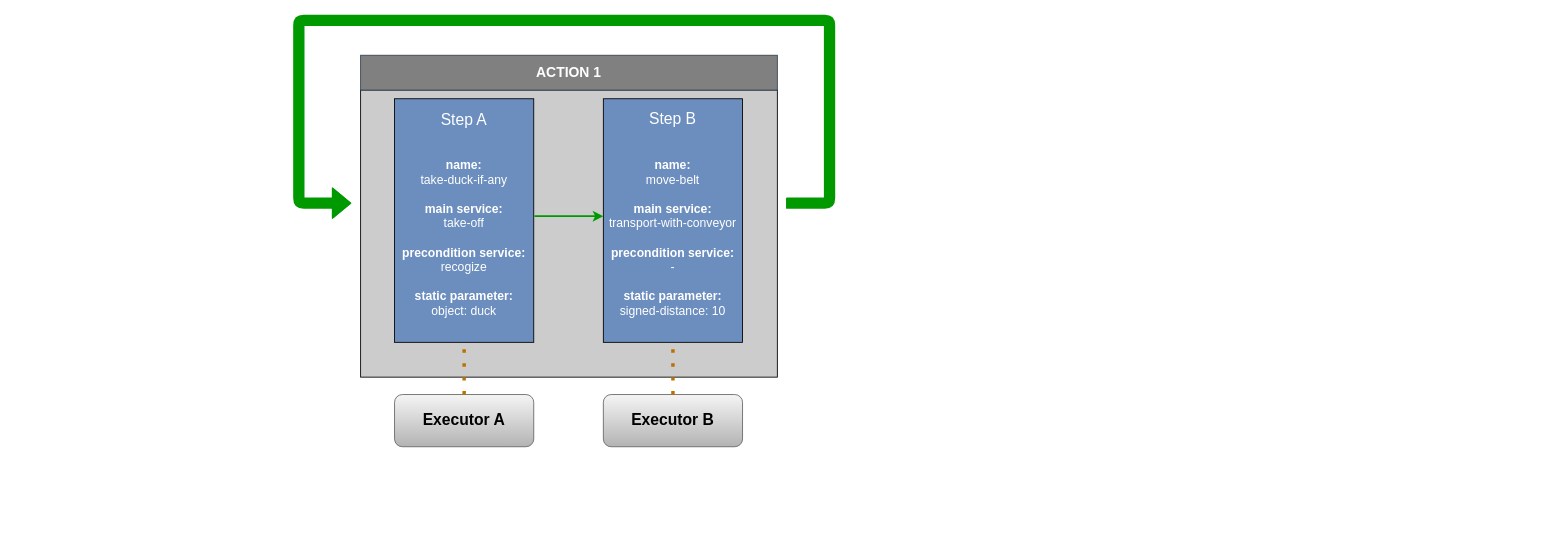
This is demo-conveyor-choreographer/docs/demo_overview.drawio from arrowhead-f/sos-examples-spring, a draw.io file, before an edit. Source tidied: cells renumbered, new cells numbered last; positions are measured from the earlier drawing's top-left corner, leaving out a move shared by most shapes. Both pictures are drawn from the tidied source at 87%, with x=0, y=0 at pixel (298, 20).
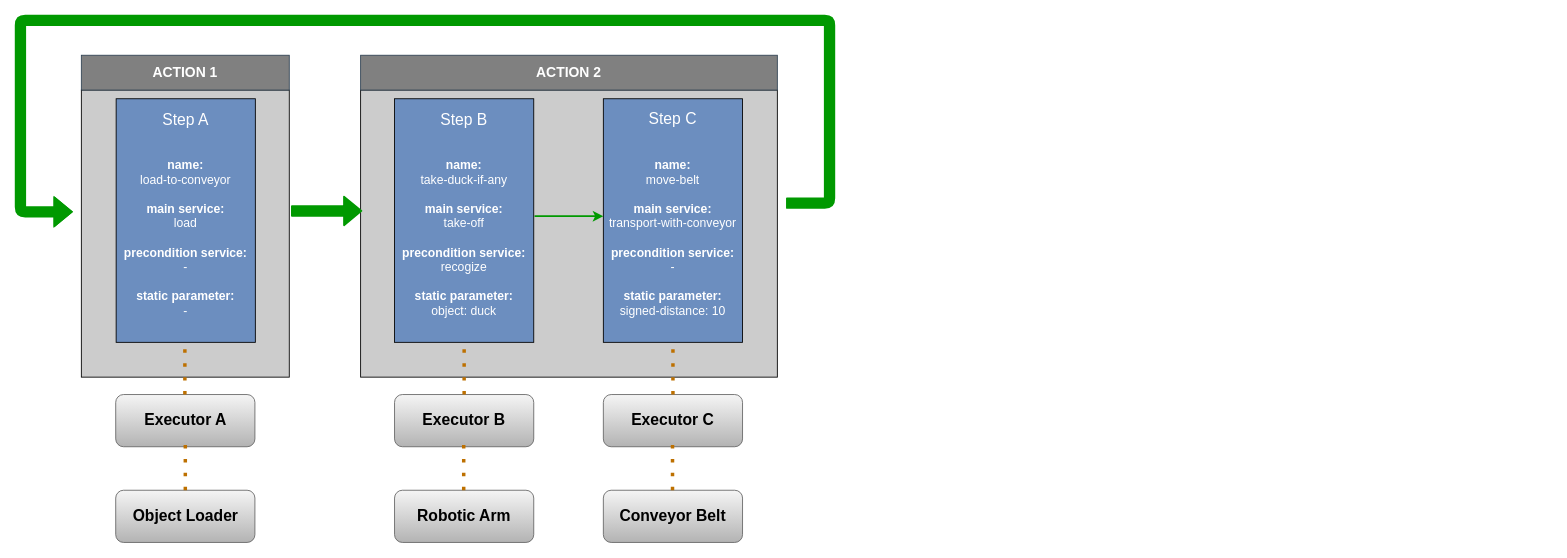
The same page after the edit.

The change refers to these unchanged cells:
```xml
<mxCell id="2" style="rounded=0;whiteSpace=wrap;html=1;fontSize=18;fontColor=#FFFFFF;fillColor=#CCCCCC;" parent="1" vertex="1">
  <mxGeometry x="71" y="80" width="479" height="330" as="geometry" />
</mxCell>
```

What changed in the source:
```diff
@@
+    <mxCell id="17" style="rounded=0;whiteSpace=wrap;html=1;fontSize=18;fontColor=#FFFFFF;fillColor=#CCCCCC;" parent="1" vertex="1">
+      <mxGeometry x="-250" y="80" width="239" height="330" as="geometry" />
+    </mxCell>
+    <mxCell id="18" style="rounded=0;whiteSpace=wrap;html=1;fontSize=16;fillColor=#6C8EBF;" parent="1" vertex="1">
+      <mxGeometry x="-210" y="90" width="160" height="280" as="geometry" />
+    </mxCell>
@@
-    <mxCell id="3" value="ACTION 1" style="text;html=1;strokeColor=#314354;align=center;verticalAlign=middle;whiteSpace=wrap;rounded=0;fontStyle=1;fontSize=16;fontColor=#ffffff;fillColor=#808080;" parent="1" vertex="1">
+    <mxCell id="3" value="ACTION 2" style="text;html=1;strokeColor=#314354;align=center;verticalAlign=middle;whiteSpace=wrap;rounded=0;fontStyle=1;fontSize=16;fontColor=#ffffff;fillColor=#808080;" parent="1" vertex="1">
       <mxGeometry x="71" y="40" width="479" height="40" as="geometry" />
     </mxCell>
@@
     <mxCell id="7" style="shape=flexArrow;endArrow=classic;html=1;strokeColor=#009900;strokeWidth=2;fontSize=18;fontColor=#FFFFFF;fillColor=#009900;" parent="1" edge="1">
       <mxGeometry relative="1" as="geometry">
         <mxPoint x="560" y="210" as="sourcePoint" />
-        <mxPoint x="60" y="210" as="targetPoint" />
+        <mxPoint x="-260" y="220" as="targetPoint" />
         <Array as="points">
           <mxPoint x="610" y="210" />
           <mxPoint x="610" />
-          <mxPoint />
-          <mxPoint y="210" />
+          <mxPoint x="-320" />
+          <mxPoint x="-320" y="220" />
         </Array>
       </mxGeometry>
     </mxCell>
@@
-    <mxCell id="9" value="Step A" style="text;html=1;strokeColor=none;fillColor=none;align=center;verticalAlign=middle;whiteSpace=wrap;rounded=0;fontSize=18;fontColor=#FFFFFF;fontStyle=0;" parent="1" vertex="1">
+    <mxCell id="9" value="Step B" style="text;html=1;strokeColor=none;fillColor=none;align=center;verticalAlign=middle;whiteSpace=wrap;rounded=0;fontSize=18;fontColor=#FFFFFF;fontStyle=0;" parent="1" vertex="1">
       <mxGeometry x="120" y="100" width="140" height="30" as="geometry" />
     </mxCell>
@@
-    <mxCell id="11" value="Step B" style="text;html=1;strokeColor=none;fillColor=none;align=center;verticalAlign=middle;whiteSpace=wrap;rounded=0;fontSize=18;fontColor=#FFFFFF;fontStyle=0;" parent="1" vertex="1">
+    <mxCell id="11" value="Step C" style="text;html=1;strokeColor=none;fillColor=none;align=center;verticalAlign=middle;whiteSpace=wrap;rounded=0;fontSize=18;fontColor=#FFFFFF;fontStyle=0;" parent="1" vertex="1">
       <mxGeometry x="360" y="99" width="140" height="30" as="geometry" />
     </mxCell>
@@
-    <mxCell id="13" value="Executor A" style="rounded=1;whiteSpace=wrap;html=1;fontSize=18;fontStyle=1;gradientColor=#b3b3b3;fillColor=#f5f5f5;strokeColor=#666666;" parent="1" vertex="1">
+    <mxCell id="13" value="Executor B" style="rounded=1;whiteSpace=wrap;html=1;fontSize=18;fontStyle=1;gradientColor=#b3b3b3;fillColor=#f5f5f5;strokeColor=#666666;" parent="1" vertex="1">
       <mxGeometry x="110" y="430" width="160" height="60" as="geometry" />
     </mxCell>
-    <mxCell id="14" value="Executor B" style="rounded=1;whiteSpace=wrap;html=1;fontSize=18;fontStyle=1;gradientColor=#b3b3b3;fillColor=#f5f5f5;strokeColor=#666666;" parent="1" vertex="1">
+    <mxCell id="14" value="Executor C" style="rounded=1;whiteSpace=wrap;html=1;fontSize=18;fontStyle=1;gradientColor=#b3b3b3;fillColor=#f5f5f5;strokeColor=#666666;" parent="1" vertex="1">
       <mxGeometry x="350" y="430" width="160" height="60" as="geometry" />
     </mxCell>
@@
+    <mxCell id="19" value="ACTION 1" style="text;html=1;strokeColor=#314354;align=center;verticalAlign=middle;whiteSpace=wrap;rounded=0;fontStyle=1;fontSize=16;fontColor=#ffffff;fillColor=#808080;" parent="1" vertex="1">
+      <mxGeometry x="-250" y="40" width="239" height="40" as="geometry" />
+    </mxCell>
+    <mxCell id="20" value="Step A" style="text;html=1;strokeColor=none;fillColor=none;align=center;verticalAlign=middle;whiteSpace=wrap;rounded=0;fontSize=18;fontColor=#FFFFFF;fontStyle=0;" parent="1" vertex="1">
+      <mxGeometry x="-200" y="100" width="140" height="30" as="geometry" />
+    </mxCell>
+    <mxCell id="21" value="&lt;b&gt;name:&lt;/b&gt;&lt;br&gt;load-to-conveyor&lt;br&gt;&lt;br&gt;&lt;b&gt;main service:&lt;/b&gt;&lt;br&gt;load&lt;br&gt;&lt;br&gt;&lt;b&gt;precondition service:&lt;/b&gt;&lt;br&gt;-&lt;br&gt;&lt;br&gt;&lt;b&gt;static parameter:&lt;br&gt;&lt;/b&gt;-" style="text;html=1;strokeColor=none;fillColor=none;align=center;verticalAlign=middle;whiteSpace=wrap;rounded=0;fontSize=14;fontColor=#FFFFFF;fontStyle=0;" parent="1" vertex="1">
+      <mxGeometry x="-210" y="130" width="160" height="240" as="geometry" />
+    </mxCell>
+    <mxCell id="22" value="Executor A" style="rounded=1;whiteSpace=wrap;html=1;fontSize=18;fontStyle=1;gradientColor=#b3b3b3;fillColor=#f5f5f5;strokeColor=#666666;" parent="1" vertex="1">
+      <mxGeometry x="-210.5" y="430" width="160" height="60" as="geometry" />
+    </mxCell>
+    <mxCell id="23" value="Robotic Arm" style="rounded=1;whiteSpace=wrap;html=1;fontSize=18;fontStyle=1;gradientColor=#b3b3b3;fillColor=#f5f5f5;strokeColor=#666666;" parent="1" vertex="1">
+      <mxGeometry x="110" y="540" width="160" height="60" as="geometry" />
+    </mxCell>
+    <mxCell id="24" value="Conveyor Belt" style="rounded=1;whiteSpace=wrap;html=1;fontSize=18;fontStyle=1;gradientColor=#b3b3b3;fillColor=#f5f5f5;strokeColor=#666666;" parent="1" vertex="1">
+      <mxGeometry x="350" y="540" width="160" height="60" as="geometry" />
+    </mxCell>
+    <mxCell id="25" style="endArrow=none;dashed=1;html=1;dashPattern=1 3;strokeWidth=4;fontSize=18;entryX=0.5;entryY=1;entryDx=0;entryDy=0;exitX=0.5;exitY=0;exitDx=0;exitDy=0;fillColor=#f0a30a;strokeColor=#BD7000;" parent="1" edge="1">
+      <mxGeometry relative="1" as="geometry">
+        <mxPoint x="-131" y="430" as="sourcePoint" />
+        <mxPoint x="-131" y="370" as="targetPoint" />
+      </mxGeometry>
+    </mxCell>
+    <mxCell id="26" style="endArrow=none;dashed=1;html=1;dashPattern=1 3;strokeWidth=4;fontSize=18;entryX=0.5;entryY=1;entryDx=0;entryDy=0;exitX=0.5;exitY=0;exitDx=0;exitDy=0;fillColor=#f0a30a;strokeColor=#BD7000;" parent="1" edge="1">
+      <mxGeometry relative="1" as="geometry">
+        <mxPoint x="189.5" y="540" as="sourcePoint" />
+        <mxPoint x="189.5" y="480" as="targetPoint" />
+      </mxGeometry>
+    </mxCell>
+    <mxCell id="27" style="endArrow=none;dashed=1;html=1;dashPattern=1 3;strokeWidth=4;fontSize=18;entryX=0.5;entryY=1;entryDx=0;entryDy=0;exitX=0.5;exitY=0;exitDx=0;exitDy=0;fillColor=#f0a30a;strokeColor=#BD7000;" parent="1" edge="1">
+      <mxGeometry relative="1" as="geometry">
+        <mxPoint x="429.5" y="540" as="sourcePoint" />
+        <mxPoint x="429.5" y="480" as="targetPoint" />
+      </mxGeometry>
+    </mxCell>
+    <mxCell id="28" value="Object Loader" style="rounded=1;whiteSpace=wrap;html=1;fontSize=18;fontStyle=1;gradientColor=#b3b3b3;fillColor=#f5f5f5;strokeColor=#666666;" parent="1" vertex="1">
+      <mxGeometry x="-210.5" y="540" width="160" height="60" as="geometry" />
+    </mxCell>
+    <mxCell id="29" style="endArrow=none;dashed=1;html=1;dashPattern=1 3;strokeWidth=4;fontSize=18;entryX=0.5;entryY=1;entryDx=0;entryDy=0;exitX=0.5;exitY=0;exitDx=0;exitDy=0;fillColor=#f0a30a;strokeColor=#BD7000;" parent="1" edge="1">
+      <mxGeometry relative="1" as="geometry">
+        <mxPoint x="-130.5" y="540" as="sourcePoint" />
+        <mxPoint x="-130.5" y="480" as="targetPoint" />
+      </mxGeometry>
+    </mxCell>
+    <mxCell id="30" style="shape=flexArrow;endArrow=classic;html=1;strokeColor=#009900;strokeWidth=2;fontSize=18;fontColor=#FFFFFF;fillColor=#009900;entryX=0.004;entryY=0.421;entryDx=0;entryDy=0;entryPerimeter=0;" parent="1" edge="1" target="2">
+      <mxGeometry relative="1" as="geometry">
+        <mxPoint x="-9" y="219" as="sourcePoint" />
+      </mxGeometry>
+    </mxCell>
```
